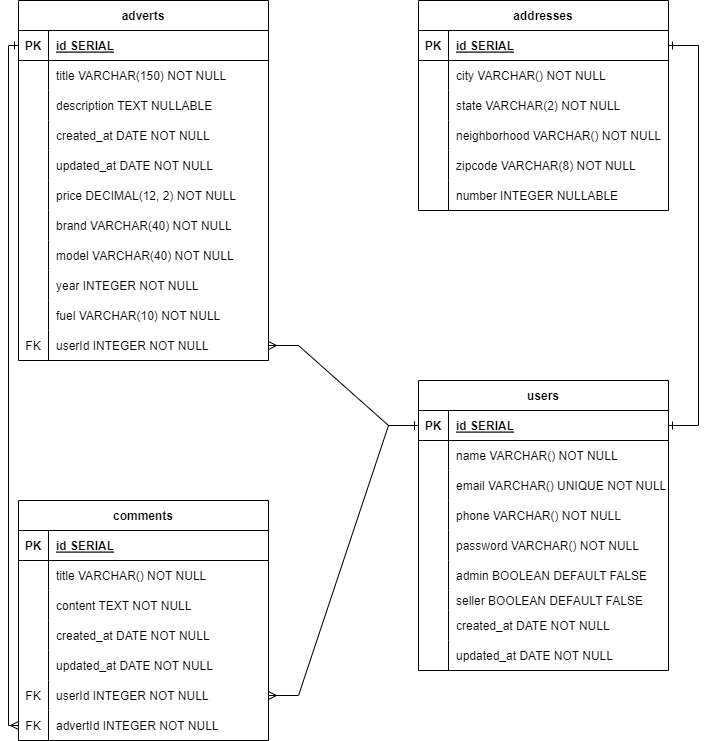
This is CAR_DEALERSHIP_DER.png from tamir-ferreira/API-Kenzie-Kars, a draw.io export, as it was before one commit. Source tidied: cells renumbered, new cells last; positions are measured from the earlier drawing's top-left corner, leaving out a move shared by most shapes.
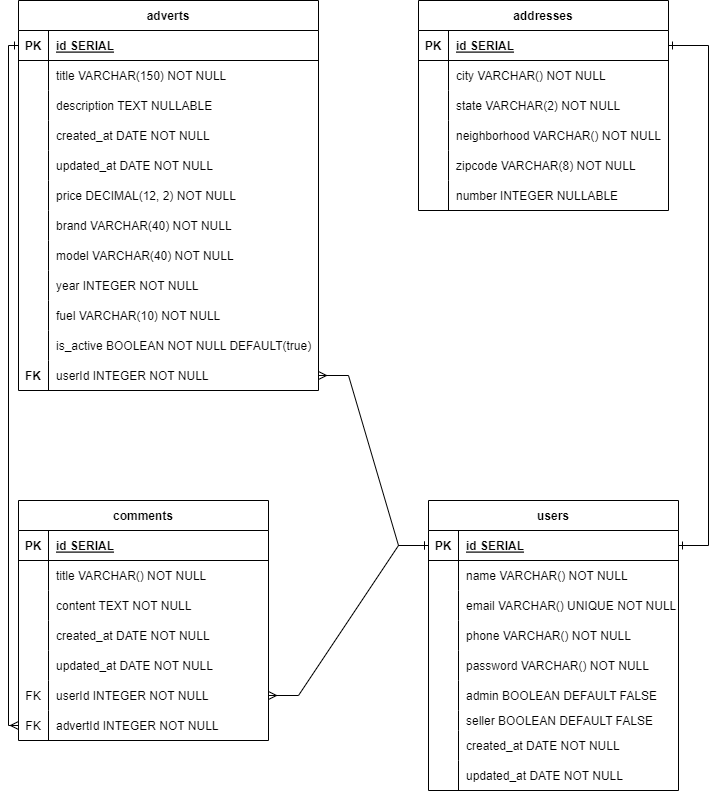
The same diagram one commit later.

The edit, as a diff of the source:
```diff
@@ -5,7 +5,7 @@
     <mxCell id="2" style="edgeStyle=entityRelationEdgeStyle;endArrow=ERone;startArrow=ERone;endFill=0;startFill=0;rounded=0;entryX=1;entryY=0.5;entryDx=0;entryDy=0;" parent="1" edge="1" source="58" target="5">
       <mxGeometry relative="1" as="geometry" />
     </mxCell>
-    <mxCell id="3" style="endArrow=ERmany;startArrow=ERone;endFill=0;startFill=0;rounded=0;exitX=0;exitY=0.5;exitDx=0;exitDy=0;entryX=1;entryY=0.5;entryDx=0;entryDy=0;edgeStyle=entityRelationEdgeStyle;elbow=vertical;" parent="1" edge="1" source="58" target="54">
+    <mxCell id="3" style="endArrow=ERmany;startArrow=ERone;endFill=0;startFill=0;rounded=0;exitX=0;exitY=0.5;exitDx=0;exitDy=0;entryX=1;entryY=0.5;entryDx=0;entryDy=0;edgeStyle=entityRelationEdgeStyle;elbow=vertical;" parent="1" edge="1" source="58" target="109">
       <mxGeometry relative="1" as="geometry" />
     </mxCell>
     <mxCell id="4" value="addresses" style="shape=table;startSize=30;rowLines=0;fontStyle=1;align=center;rounded=0;" parent="1" vertex="1">
@@ -66,109 +66,118 @@
       <mxGeometry x="30" width="220" height="30" as="geometry" />
     </mxCell>
     <mxCell id="23" value="adverts" style="shape=table;startSize=30;rowLines=0;fontStyle=1;align=center;rounded=0;" parent="1" vertex="1">
-      <mxGeometry width="250" height="360" as="geometry" />
+      <mxGeometry width="300" height="390" as="geometry" />
     </mxCell>
     <mxCell id="24" style="shape=partialRectangle;fillColor=none;points=[[0,0.5],[1,0.5]];portConstraint=eastwest;top=0;left=0;right=0;bottom=1;rounded=0;" parent="23" vertex="1">
-      <mxGeometry y="30" width="250" height="30" as="geometry" />
+      <mxGeometry y="30" width="300" height="30" as="geometry" />
     </mxCell>
     <mxCell id="25" value="PK" style="shape=partialRectangle;overflow=hidden;fillColor=none;top=0;left=0;bottom=0;right=0;fontStyle=1;rounded=0;" parent="24" vertex="1">
       <mxGeometry width="30" height="30" as="geometry" />
     </mxCell>
     <mxCell id="26" value="id SERIAL" style="shape=partialRectangle;overflow=hidden;fillColor=none;top=0;left=0;bottom=0;right=0;align=left;spacingLeft=6;fontStyle=5;rounded=0;" parent="24" vertex="1">
-      <mxGeometry x="30" width="220" height="30" as="geometry" />
+      <mxGeometry x="30" width="270" height="30" as="geometry" />
     </mxCell>
     <mxCell id="27" style="shape=partialRectangle;fillColor=none;top=0;left=0;right=0;bottom=0;rounded=0;" parent="23" vertex="1">
-      <mxGeometry y="60" width="250" height="30" as="geometry" />
+      <mxGeometry y="60" width="300" height="30" as="geometry" />
     </mxCell>
     <mxCell id="28" style="shape=partialRectangle;overflow=hidden;fillColor=none;top=0;left=0;bottom=0;right=0;rounded=0;" parent="27" vertex="1">
       <mxGeometry width="30" height="30" as="geometry" />
     </mxCell>
     <mxCell id="29" value="title VARCHAR(150) NOT NULL" style="shape=partialRectangle;overflow=hidden;fillColor=none;top=0;left=0;bottom=0;right=0;align=left;spacingLeft=6;rounded=0;" parent="27" vertex="1">
-      <mxGeometry x="30" width="220" height="30" as="geometry" />
+      <mxGeometry x="30" width="270" height="30" as="geometry" />
     </mxCell>
     <mxCell id="30" style="shape=partialRectangle;fillColor=none;top=0;left=0;right=0;bottom=0;rounded=0;" parent="23" vertex="1">
-      <mxGeometry y="90" width="250" height="30" as="geometry" />
+      <mxGeometry y="90" width="300" height="30" as="geometry" />
     </mxCell>
     <mxCell id="31" style="shape=partialRectangle;overflow=hidden;fillColor=none;top=0;left=0;bottom=0;right=0;rounded=0;" parent="30" vertex="1">
       <mxGeometry width="30" height="30" as="geometry" />
     </mxCell>
     <mxCell id="32" value="description TEXT NULLABLE" style="shape=partialRectangle;overflow=hidden;fillColor=none;top=0;left=0;bottom=0;right=0;align=left;spacingLeft=6;rounded=0;" parent="30" vertex="1">
-      <mxGeometry x="30" width="220" height="30" as="geometry" />
+      <mxGeometry x="30" width="270" height="30" as="geometry" />
     </mxCell>
     <mxCell id="33" style="shape=partialRectangle;fillColor=none;top=0;left=0;right=0;bottom=0;rounded=0;" parent="23" vertex="1">
-      <mxGeometry y="120" width="250" height="30" as="geometry" />
+      <mxGeometry y="120" width="300" height="30" as="geometry" />
     </mxCell>
     <mxCell id="34" style="shape=partialRectangle;overflow=hidden;fillColor=none;top=0;left=0;bottom=0;right=0;rounded=0;" parent="33" vertex="1">
       <mxGeometry width="30" height="30" as="geometry" />
     </mxCell>
     <mxCell id="35" value="created_at DATE NOT NULL" style="shape=partialRectangle;overflow=hidden;fillColor=none;top=0;left=0;bottom=0;right=0;align=left;spacingLeft=6;rounded=0;" parent="33" vertex="1">
-      <mxGeometry x="30" width="220" height="30" as="geometry" />
+      <mxGeometry x="30" width="270" height="30" as="geometry" />
     </mxCell>
     <mxCell id="36" style="shape=partialRectangle;fillColor=none;top=0;left=0;right=0;bottom=0;rounded=0;" parent="23" vertex="1">
-      <mxGeometry y="150" width="250" height="30" as="geometry" />
+      <mxGeometry y="150" width="300" height="30" as="geometry" />
     </mxCell>
     <mxCell id="37" style="shape=partialRectangle;overflow=hidden;fillColor=none;top=0;left=0;bottom=0;right=0;rounded=0;" parent="36" vertex="1">
       <mxGeometry width="30" height="30" as="geometry" />
     </mxCell>
     <mxCell id="38" value="updated_at DATE NOT NULL" style="shape=partialRectangle;overflow=hidden;fillColor=none;top=0;left=0;bottom=0;right=0;align=left;spacingLeft=6;rounded=0;" parent="36" vertex="1">
-      <mxGeometry x="30" width="220" height="30" as="geometry" />
+      <mxGeometry x="30" width="270" height="30" as="geometry" />
     </mxCell>
     <mxCell id="39" style="shape=partialRectangle;fillColor=none;top=0;left=0;right=0;bottom=0;rounded=0;" parent="23" vertex="1">
-      <mxGeometry y="180" width="250" height="30" as="geometry" />
+      <mxGeometry y="180" width="300" height="30" as="geometry" />
     </mxCell>
     <mxCell id="40" style="shape=partialRectangle;overflow=hidden;fillColor=none;top=0;left=0;bottom=0;right=0;rounded=0;fontStyle=1;" parent="39" vertex="1">
       <mxGeometry width="30" height="30" as="geometry" />
     </mxCell>
     <mxCell id="41" value="price DECIMAL(12, 2) NOT NULL" style="shape=partialRectangle;overflow=hidden;fillColor=none;top=0;left=0;bottom=0;right=0;align=left;spacingLeft=6;rounded=0;" parent="39" vertex="1">
-      <mxGeometry x="30" width="220" height="30" as="geometry" />
+      <mxGeometry x="30" width="270" height="30" as="geometry" />
     </mxCell>
     <mxCell id="42" style="shape=partialRectangle;fillColor=none;top=0;left=0;right=0;bottom=0;rounded=0;" parent="23" vertex="1">
-      <mxGeometry y="210" width="250" height="30" as="geometry" />
+      <mxGeometry y="210" width="300" height="30" as="geometry" />
     </mxCell>
     <mxCell id="43" style="shape=partialRectangle;overflow=hidden;fillColor=none;top=0;left=0;bottom=0;right=0;rounded=0;" parent="42" vertex="1">
       <mxGeometry width="30" height="30" as="geometry" />
     </mxCell>
     <mxCell id="44" value="brand VARCHAR(40) NOT NULL" style="shape=partialRectangle;overflow=hidden;fillColor=none;top=0;left=0;bottom=0;right=0;align=left;spacingLeft=6;rounded=0;" parent="42" vertex="1">
-      <mxGeometry x="30" width="220" height="30" as="geometry" />
+      <mxGeometry x="30" width="270" height="30" as="geometry" />
     </mxCell>
     <mxCell id="45" style="shape=partialRectangle;fillColor=none;top=0;left=0;right=0;bottom=0;rounded=0;" parent="23" vertex="1">
-      <mxGeometry y="240" width="250" height="30" as="geometry" />
+      <mxGeometry y="240" width="300" height="30" as="geometry" />
     </mxCell>
     <mxCell id="46" style="shape=partialRectangle;overflow=hidden;fillColor=none;top=0;left=0;bottom=0;right=0;rounded=0;" parent="45" vertex="1">
       <mxGeometry width="30" height="30" as="geometry" />
     </mxCell>
     <mxCell id="47" value="model VARCHAR(40) NOT NULL" style="shape=partialRectangle;overflow=hidden;fillColor=none;top=0;left=0;bottom=0;right=0;align=left;spacingLeft=6;rounded=0;" parent="45" vertex="1">
-      <mxGeometry x="30" width="220" height="30" as="geometry" />
+      <mxGeometry x="30" width="270" height="30" as="geometry" />
     </mxCell>
     <mxCell id="48" style="shape=partialRectangle;fillColor=none;top=0;left=0;right=0;bottom=0;rounded=0;" parent="23" vertex="1">
-      <mxGeometry y="270" width="250" height="30" as="geometry" />
+      <mxGeometry y="270" width="300" height="30" as="geometry" />
     </mxCell>
     <mxCell id="49" style="shape=partialRectangle;overflow=hidden;fillColor=none;top=0;left=0;bottom=0;right=0;rounded=0;" parent="48" vertex="1">
       <mxGeometry width="30" height="30" as="geometry" />
     </mxCell>
     <mxCell id="50" value="year INTEGER NOT NULL" style="shape=partialRectangle;overflow=hidden;fillColor=none;top=0;left=0;bottom=0;right=0;align=left;spacingLeft=6;rounded=0;" parent="48" vertex="1">
-      <mxGeometry x="30" width="220" height="30" as="geometry" />
+      <mxGeometry x="30" width="270" height="30" as="geometry" />
     </mxCell>
     <mxCell id="51" style="shape=partialRectangle;fillColor=none;top=0;left=0;right=0;bottom=0;rounded=0;" parent="23" vertex="1">
-      <mxGeometry y="300" width="250" height="30" as="geometry" />
+      <mxGeometry y="300" width="300" height="30" as="geometry" />
     </mxCell>
     <mxCell id="52" style="shape=partialRectangle;overflow=hidden;fillColor=none;top=0;left=0;bottom=0;right=0;rounded=0;" parent="51" vertex="1">
       <mxGeometry width="30" height="30" as="geometry" />
     </mxCell>
     <mxCell id="53" value="fuel VARCHAR(10) NOT NULL" style="shape=partialRectangle;overflow=hidden;fillColor=none;top=0;left=0;bottom=0;right=0;align=left;spacingLeft=6;rounded=0;" parent="51" vertex="1">
-      <mxGeometry x="30" width="220" height="30" as="geometry" />
+      <mxGeometry x="30" width="270" height="30" as="geometry" />
     </mxCell>
     <mxCell id="54" style="shape=partialRectangle;fillColor=none;points=[[0,0.5],[1,0.5]];portConstraint=eastwest;top=0;left=0;right=0;bottom=0;rounded=0;" parent="23" vertex="1">
-      <mxGeometry y="330" width="250" height="30" as="geometry" />
+      <mxGeometry y="330" width="300" height="30" as="geometry" />
     </mxCell>
-    <mxCell id="55" value="FK" style="shape=partialRectangle;overflow=hidden;fillColor=none;top=0;left=0;bottom=0;right=0;rounded=0;" parent="54" vertex="1">
+    <mxCell id="55" style="shape=partialRectangle;overflow=hidden;fillColor=none;top=0;left=0;bottom=0;right=0;rounded=0;" parent="54" vertex="1">
       <mxGeometry width="30" height="30" as="geometry" />
     </mxCell>
-    <mxCell id="56" value="userId INTEGER NOT NULL" style="shape=partialRectangle;overflow=hidden;fillColor=none;top=0;left=0;bottom=0;right=0;align=left;spacingLeft=6;rounded=0;" parent="54" vertex="1">
-      <mxGeometry x="30" width="220" height="30" as="geometry" />
+    <mxCell id="56" value="is_active BOOLEAN NOT NULL DEFAULT(true)" style="shape=partialRectangle;overflow=hidden;fillColor=none;top=0;left=0;bottom=0;right=0;align=left;spacingLeft=6;rounded=0;" parent="54" vertex="1">
+      <mxGeometry x="30" width="270" height="30" as="geometry" />
     </mxCell>
+    <mxCell id="109" style="shape=partialRectangle;fillColor=none;points=[[0,0.5],[1,0.5]];portConstraint=eastwest;top=0;left=0;right=0;bottom=0;rounded=0;" parent="23" vertex="1">
+      <mxGeometry y="360" width="300" height="30" as="geometry" />
+    </mxCell>
+    <mxCell id="110" value="FK" style="shape=partialRectangle;overflow=hidden;fillColor=none;top=0;left=0;bottom=0;right=0;rounded=0;fontStyle=1;" parent="109" vertex="1">
+      <mxGeometry width="30" height="30" as="geometry" />
+    </mxCell>
+    <mxCell id="111" value="userId INTEGER NOT NULL" style="shape=partialRectangle;overflow=hidden;fillColor=none;top=0;left=0;bottom=0;right=0;align=left;spacingLeft=6;rounded=0;" parent="109" vertex="1">
+      <mxGeometry x="30" width="270" height="30" as="geometry" />
+    </mxCell>
     <mxCell id="57" value="users" style="shape=table;startSize=30;rowLines=0;fontStyle=1;align=center;rounded=0;" parent="1" vertex="1">
-      <mxGeometry x="400" y="380" width="250" height="290" as="geometry" />
+      <mxGeometry x="410" y="500" width="250" height="290" as="geometry" />
     </mxCell>
     <mxCell id="58" style="shape=partialRectangle;fillColor=none;points=[[0,0.5],[1,0.5]];portConstraint=eastwest;top=0;left=0;right=0;bottom=1;rounded=0;" parent="57" vertex="1">
       <mxGeometry y="30" width="250" height="30" as="geometry" />
```
